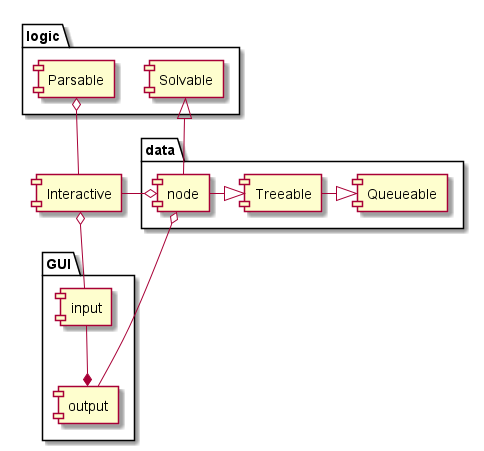
The PlantUML diagram src/docs/UML/architecture.png in vitalispopoff/calculator, before a commit.
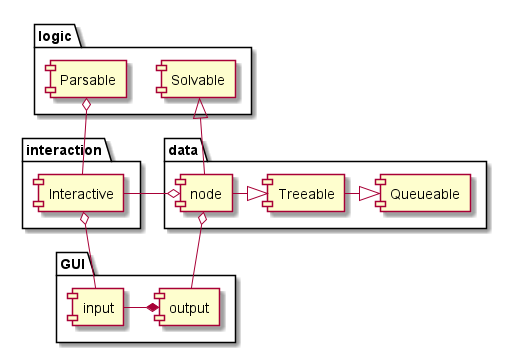
The same diagram one commit later.

Diff of the diagram source:
```diff
@@ -18,8 +18,9 @@
     component node
 }
 
+package interaction{
 component Interactive
-
+}
 
 [input]     -up-o    [Interactive]
 
@@ -27,7 +28,7 @@
 [Interactive] -right-o   [node]
 [Solvable]  <|-down-    [node]
 
-[output]    *-up-       [input]
+[output]    *-right-       [input]
 [output]    -up-o    [node]
 
 [Queueable] <|-left- [Treeable]
```
